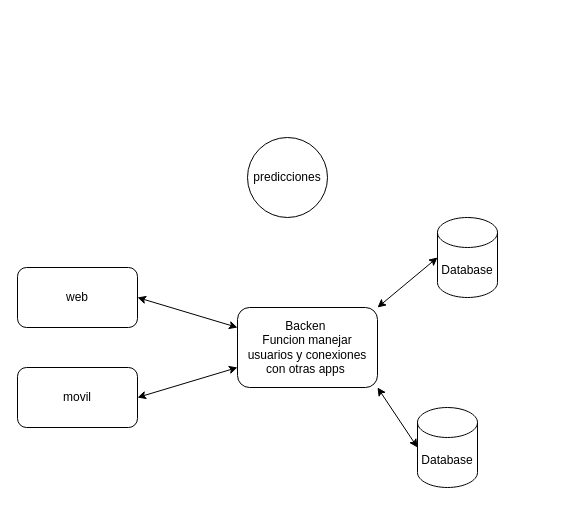
Earlier version of the draw.io diagram ModeloArisa/arquitectura.drawio (DailyCodingSoft/Forecasting). Source tidied: cells renumbered, new cells numbered last; positions are measured from the earlier drawing's top-left corner, leaving out a move shared by most shapes. Both pictures are drawn from the tidied source at 100%, with x=0, y=0 at pixel (17, 137).
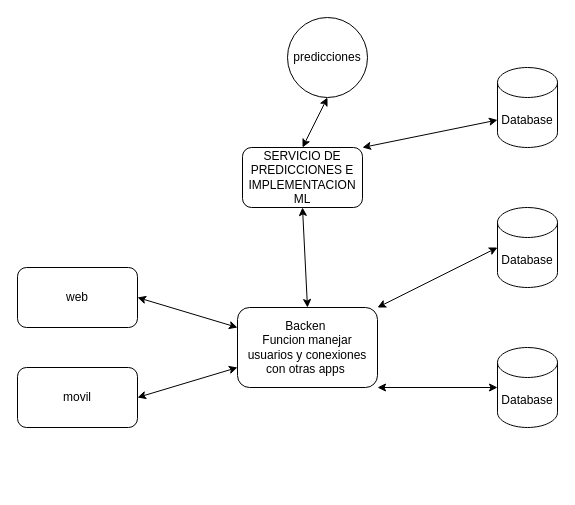
The same diagram, later.

Commit message (it also covers changes not shown here):
base modelo arquitectura

What changed in the source:
```diff
@@
 <mxGraphModel>
   <root>
     <mxCell id="0" />
     <mxCell id="1" parent="0" />
     <mxCell id="2" value="web" style="rounded=1;whiteSpace=wrap;html=1;" parent="1" vertex="1">
       <mxGeometry y="130" width="120" height="60" as="geometry" />
     </mxCell>
     <mxCell id="3" value="Database" style="shape=cylinder3;whiteSpace=wrap;html=1;boundedLbl=1;backgroundOutline=1;size=15;" parent="1" vertex="1">
-      <mxGeometry x="420" y="80" width="60" height="80" as="geometry" />
+      <mxGeometry x="480" y="70" width="60" height="80" as="geometry" />
     </mxCell>
     <mxCell id="4" value="Database" style="shape=cylinder3;whiteSpace=wrap;html=1;boundedLbl=1;backgroundOutline=1;size=15;" parent="1" vertex="1">
-      <mxGeometry x="400" y="270" width="60" height="80" as="geometry" />
+      <mxGeometry x="480" y="210" width="60" height="80" as="geometry" />
     </mxCell>
     <mxCell id="5" value="Backen&amp;nbsp;&lt;div&gt;Funcion manejar usuarios y conexiones con otras apps&amp;nbsp;&lt;/div&gt;" style="rounded=1;whiteSpace=wrap;html=1;" parent="1" vertex="1">
       <mxGeometry x="220" y="170" width="140" height="80" as="geometry" />
     </mxCell>
     <mxCell id="6" value="movil" style="rounded=1;whiteSpace=wrap;html=1;" parent="1" vertex="1">
       <mxGeometry y="230" width="120" height="60" as="geometry" />
     </mxCell>
     <mxCell id="7" style="endArrow=classic;startArrow=classic;html=1;exitX=1;exitY=0.5;exitDx=0;exitDy=0;entryX=0;entryY=0.25;entryDx=0;entryDy=0;" parent="1" edge="1" source="2" target="5">
       <mxGeometry relative="1" as="geometry" />
     </mxCell>
     <mxCell id="8" style="endArrow=classic;startArrow=classic;html=1;exitX=1;exitY=0.5;exitDx=0;exitDy=0;entryX=0;entryY=0.75;entryDx=0;entryDy=0;" parent="1" edge="1" source="6" target="5">
       <mxGeometry relative="1" as="geometry" />
     </mxCell>
     <mxCell id="9" style="endArrow=classic;startArrow=classic;html=1;entryX=0;entryY=0.5;entryDx=0;entryDy=0;entryPerimeter=0;exitX=1;exitY=0;exitDx=0;exitDy=0;" parent="1" edge="1" source="5" target="3">
       <mxGeometry relative="1" as="geometry" />
     </mxCell>
     <mxCell id="10" style="endArrow=classic;startArrow=classic;html=1;entryX=0;entryY=0.5;entryDx=0;entryDy=0;entryPerimeter=0;exitX=1;exitY=1;exitDx=0;exitDy=0;" parent="1" edge="1" source="5" target="4">
       <mxGeometry relative="1" as="geometry" />
     </mxCell>
     <mxCell id="11" value="predicciones" style="ellipse;whiteSpace=wrap;html=1;" parent="1" vertex="1">
-      <mxGeometry x="230" width="80" height="80" as="geometry" />
+      <mxGeometry x="270" y="-120" width="80" height="80" as="geometry" />
     </mxCell>
+    <mxCell id="12" value="SERVICIO DE PREDICCIONES E IMPLEMENTACION ML" style="rounded=1;whiteSpace=wrap;html=1;" parent="1" vertex="1">
+      <mxGeometry x="225" y="10" width="120" height="60" as="geometry" />
+    </mxCell>
+    <mxCell id="13" style="endArrow=classic;startArrow=classic;html=1;exitX=0.5;exitY=0;exitDx=0;exitDy=0;entryX=0.5;entryY=1;entryDx=0;entryDy=0;" parent="1" edge="1" source="5" target="12">
+      <mxGeometry relative="1" as="geometry" />
+    </mxCell>
+    <mxCell id="14" style="endArrow=classic;startArrow=classic;html=1;exitX=0.5;exitY=1;exitDx=0;exitDy=0;entryX=0.5;entryY=0;entryDx=0;entryDy=0;" parent="1" edge="1" source="11" target="12">
+      <mxGeometry relative="1" as="geometry" />
+    </mxCell>
+    <mxCell id="15" value="Database" style="shape=cylinder3;whiteSpace=wrap;html=1;boundedLbl=1;backgroundOutline=1;size=15;" parent="1" vertex="1">
+      <mxGeometry x="480" y="-70" width="60" height="80" as="geometry" />
+    </mxCell>
+    <mxCell id="16" style="endArrow=classic;startArrow=classic;html=1;entryX=0;entryY=0;entryDx=0;entryDy=52.5;entryPerimeter=0;exitX=1;exitY=0;exitDx=0;exitDy=0;" parent="1" edge="1" source="12" target="15">
+      <mxGeometry relative="1" as="geometry" />
+    </mxCell>
   </root>
 </mxGraphModel>
```
